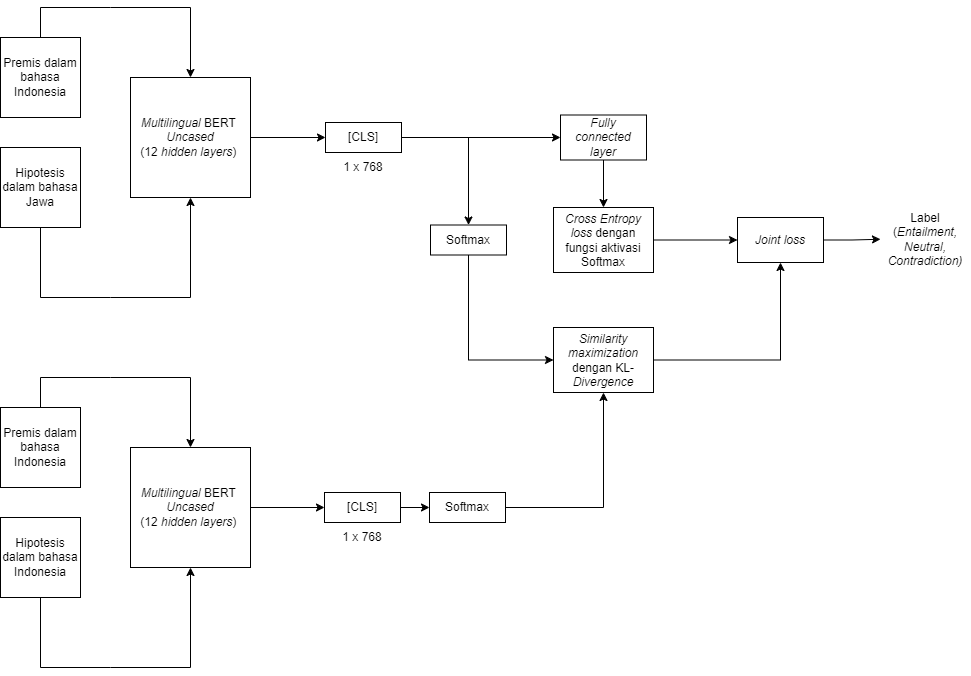
Earlier version of the draw.io export proposed method/Baseline Method BERT-KLD.png (Tesis-IF/Indo-Javanese-NLI). Source tidied: cells renumbered, new cells last; positions are measured from the earlier drawing's top-left corner, leaving out a move shared by most shapes. Source of this version:
```xml
<mxGraphModel>
  <root>
    <mxCell id="0" />
    <mxCell id="1" parent="0" />
    <mxCell id="2" value="Premis dalam bahasa Indonesia" style="whiteSpace=wrap;html=1;" parent="1" vertex="1">
      <mxGeometry y="30" width="80" height="80" as="geometry" />
    </mxCell>
    <mxCell id="3" value="Hipotesis dalam bahasa Jawa" style="whiteSpace=wrap;html=1;" parent="1" vertex="1">
      <mxGeometry y="140" width="80" height="80" as="geometry" />
    </mxCell>
    <mxCell id="4" value="&lt;i&gt;Multilingual&amp;nbsp;&lt;/i&gt;BERT&lt;i&gt;&amp;nbsp;&lt;br&gt;Uncased&lt;br&gt;&lt;/i&gt;(12 &lt;i&gt;hidden layers&lt;/i&gt;)&amp;nbsp;" style="whiteSpace=wrap;html=1;" parent="1" vertex="1">
      <mxGeometry x="130" y="70" width="120" height="120" as="geometry" />
    </mxCell>
    <mxCell id="5" style="endArrow=classic;html=1;rounded=0;exitX=0.5;exitY=0;exitDx=0;exitDy=0;entryX=0.5;entryY=0;entryDx=0;entryDy=0;" parent="1" edge="1" source="2" target="4">
      <mxGeometry relative="1" as="geometry">
        <Array as="points">
          <mxPoint x="40" />
          <mxPoint x="110" />
          <mxPoint x="190" />
        </Array>
      </mxGeometry>
    </mxCell>
    <mxCell id="6" style="endArrow=classic;html=1;rounded=0;exitX=0.5;exitY=1;exitDx=0;exitDy=0;entryX=0.5;entryY=1;entryDx=0;entryDy=0;" parent="1" edge="1" source="3" target="4">
      <mxGeometry relative="1" as="geometry">
        <Array as="points">
          <mxPoint x="40" y="290" />
          <mxPoint x="110" y="290" />
          <mxPoint x="190" y="290" />
        </Array>
      </mxGeometry>
    </mxCell>
    <mxCell id="7" style="edgeStyle=orthogonalEdgeStyle;rounded=0;jettySize=auto;html=1;entryX=0;entryY=0.5;entryDx=0;entryDy=0;" parent="1" edge="1" source="9" target="15">
      <mxGeometry relative="1" as="geometry" />
    </mxCell>
    <mxCell id="8" style="edgeStyle=orthogonalEdgeStyle;rounded=0;jettySize=auto;html=1;exitX=1;exitY=0.5;exitDx=0;exitDy=0;entryX=0.5;entryY=0;entryDx=0;entryDy=0;" parent="1" edge="1" source="9" target="13">
      <mxGeometry relative="1" as="geometry" />
    </mxCell>
    <mxCell id="9" value="[CLS]" style="rounded=0;whiteSpace=wrap;html=1;" parent="1" vertex="1">
      <mxGeometry x="325" y="115" width="76" height="30" as="geometry" />
    </mxCell>
    <mxCell id="10" style="endArrow=classic;html=1;rounded=0;exitX=1;exitY=0.5;exitDx=0;exitDy=0;entryX=0;entryY=0.5;entryDx=0;entryDy=0;" parent="1" edge="1" source="4" target="9">
      <mxGeometry relative="1" as="geometry" />
    </mxCell>
    <mxCell id="11" value="1 x 768" style="text;html=1;strokeColor=none;fillColor=none;align=center;verticalAlign=middle;whiteSpace=wrap;rounded=0;" parent="1" vertex="1">
      <mxGeometry x="333" y="145" width="60" height="30" as="geometry" />
    </mxCell>
    <mxCell id="12" style="edgeStyle=orthogonalEdgeStyle;rounded=0;jettySize=auto;html=1;exitX=0.5;exitY=1;exitDx=0;exitDy=0;entryX=0;entryY=0.5;entryDx=0;entryDy=0;" parent="1" edge="1" source="13" target="19">
      <mxGeometry relative="1" as="geometry" />
    </mxCell>
    <mxCell id="13" value="Softmax" style="rounded=0;whiteSpace=wrap;html=1;" parent="1" vertex="1">
      <mxGeometry x="430" y="217.5" width="76" height="30" as="geometry" />
    </mxCell>
    <mxCell id="14" style="edgeStyle=orthogonalEdgeStyle;rounded=0;jettySize=auto;html=1;exitX=0.5;exitY=1;exitDx=0;exitDy=0;" parent="1" edge="1" source="15" target="17">
      <mxGeometry relative="1" as="geometry" />
    </mxCell>
    <mxCell id="15" value="&lt;i&gt;Fully connected layer&lt;/i&gt;" style="rounded=0;whiteSpace=wrap;html=1;" parent="1" vertex="1">
      <mxGeometry x="560" y="107.5" width="86" height="45" as="geometry" />
    </mxCell>
    <mxCell id="16" style="edgeStyle=orthogonalEdgeStyle;rounded=0;jettySize=auto;html=1;exitX=1;exitY=0.5;exitDx=0;exitDy=0;entryX=0;entryY=0.5;entryDx=0;entryDy=0;" parent="1" edge="1" source="17" target="21">
      <mxGeometry relative="1" as="geometry" />
    </mxCell>
    <mxCell id="17" value="&lt;i&gt;Cross Entropy loss &lt;/i&gt;dengan fungsi aktivasi Softmax" style="rounded=0;whiteSpace=wrap;html=1;" parent="1" vertex="1">
      <mxGeometry x="553" y="200" width="100" height="65" as="geometry" />
    </mxCell>
    <mxCell id="18" style="edgeStyle=orthogonalEdgeStyle;rounded=0;jettySize=auto;html=1;exitX=1;exitY=0.5;exitDx=0;exitDy=0;entryX=0.5;entryY=1;entryDx=0;entryDy=0;" parent="1" edge="1" source="19" target="21">
      <mxGeometry relative="1" as="geometry" />
    </mxCell>
    <mxCell id="19" value="&lt;i&gt;Similarity maximization &lt;/i&gt;dengan KL-&lt;i&gt;Divergence&lt;/i&gt;" style="rounded=0;whiteSpace=wrap;html=1;" parent="1" vertex="1">
      <mxGeometry x="553" y="320" width="100" height="65" as="geometry" />
    </mxCell>
    <mxCell id="20" style="edgeStyle=orthogonalEdgeStyle;rounded=0;jettySize=auto;html=1;exitX=1;exitY=0.5;exitDx=0;exitDy=0;entryX=0;entryY=0.5;entryDx=0;entryDy=0;" parent="1" edge="1" source="21" target="31">
      <mxGeometry relative="1" as="geometry" />
    </mxCell>
    <mxCell id="21" value="&lt;i&gt;Joint loss&lt;/i&gt;" style="rounded=0;whiteSpace=wrap;html=1;" parent="1" vertex="1">
      <mxGeometry x="737" y="210" width="86" height="45" as="geometry" />
    </mxCell>
    <mxCell id="22" value="Premis dalam bahasa Indonesia" style="whiteSpace=wrap;html=1;" parent="1" vertex="1">
      <mxGeometry y="400" width="80" height="80" as="geometry" />
    </mxCell>
    <mxCell id="23" value="Hipotesis dalam bahasa Indonesia" style="whiteSpace=wrap;html=1;" parent="1" vertex="1">
      <mxGeometry y="510" width="80" height="80" as="geometry" />
    </mxCell>
    <mxCell id="24" value="&lt;i style=&quot;border-color: var(--border-color);&quot;&gt;Multilingual&amp;nbsp;&lt;/i&gt;BERT&lt;i style=&quot;border-color: var(--border-color);&quot;&gt;&amp;nbsp;&lt;br style=&quot;border-color: var(--border-color);&quot;&gt;Uncased&lt;br style=&quot;border-color: var(--border-color);&quot;&gt;&lt;/i&gt;(12&amp;nbsp;&lt;i style=&quot;border-color: var(--border-color);&quot;&gt;hidden layers&lt;/i&gt;)&amp;nbsp;" style="whiteSpace=wrap;html=1;" parent="1" vertex="1">
      <mxGeometry x="130" y="440" width="120" height="120" as="geometry" />
    </mxCell>
    <mxCell id="25" style="endArrow=classic;html=1;rounded=0;exitX=0.5;exitY=0;exitDx=0;exitDy=0;entryX=0.5;entryY=0;entryDx=0;entryDy=0;" parent="1" edge="1" source="22" target="24">
      <mxGeometry relative="1" as="geometry">
        <Array as="points">
          <mxPoint x="40" y="370" />
          <mxPoint x="110" y="370" />
          <mxPoint x="190" y="370" />
        </Array>
      </mxGeometry>
    </mxCell>
    <mxCell id="26" style="endArrow=classic;html=1;rounded=0;exitX=0.5;exitY=1;exitDx=0;exitDy=0;entryX=0.5;entryY=1;entryDx=0;entryDy=0;" parent="1" edge="1" source="23" target="24">
      <mxGeometry relative="1" as="geometry">
        <Array as="points">
          <mxPoint x="40" y="660" />
          <mxPoint x="110" y="660" />
          <mxPoint x="190" y="660" />
        </Array>
      </mxGeometry>
    </mxCell>
    <mxCell id="27" style="edgeStyle=orthogonalEdgeStyle;rounded=0;jettySize=auto;html=1;exitX=1;exitY=0.5;exitDx=0;exitDy=0;entryX=0;entryY=0.5;entryDx=0;entryDy=0;" parent="1" edge="1" source="28" target="33">
      <mxGeometry relative="1" as="geometry" />
    </mxCell>
    <mxCell id="28" value="[CLS]" style="rounded=0;whiteSpace=wrap;html=1;" parent="1" vertex="1">
      <mxGeometry x="324" y="485" width="76" height="30" as="geometry" />
    </mxCell>
    <mxCell id="29" style="endArrow=classic;html=1;rounded=0;exitX=1;exitY=0.5;exitDx=0;exitDy=0;entryX=0;entryY=0.5;entryDx=0;entryDy=0;" parent="1" edge="1" source="24" target="28">
      <mxGeometry relative="1" as="geometry" />
    </mxCell>
    <mxCell id="30" value="1 x 768" style="text;html=1;strokeColor=none;fillColor=none;align=center;verticalAlign=middle;whiteSpace=wrap;rounded=0;" parent="1" vertex="1">
      <mxGeometry x="332" y="515" width="60" height="30" as="geometry" />
    </mxCell>
    <mxCell id="31" value="Label (&lt;i&gt;Entailment, Neutral, Contradiction)&lt;/i&gt;" style="text;html=1;strokeColor=none;fillColor=none;align=center;verticalAlign=middle;whiteSpace=wrap;rounded=0;" parent="1" vertex="1">
      <mxGeometry x="880" y="198" width="90" height="67.5" as="geometry" />
    </mxCell>
    <mxCell id="32" style="edgeStyle=orthogonalEdgeStyle;rounded=0;jettySize=auto;html=1;exitX=1;exitY=0.5;exitDx=0;exitDy=0;entryX=0.5;entryY=1;entryDx=0;entryDy=0;" parent="1" edge="1" source="33" target="19">
      <mxGeometry relative="1" as="geometry" />
    </mxCell>
    <mxCell id="33" value="Softmax" style="rounded=0;whiteSpace=wrap;html=1;" parent="1" vertex="1">
      <mxGeometry x="429" y="485" width="76" height="30" as="geometry" />
    </mxCell>
  </root>
</mxGraphModel>
```
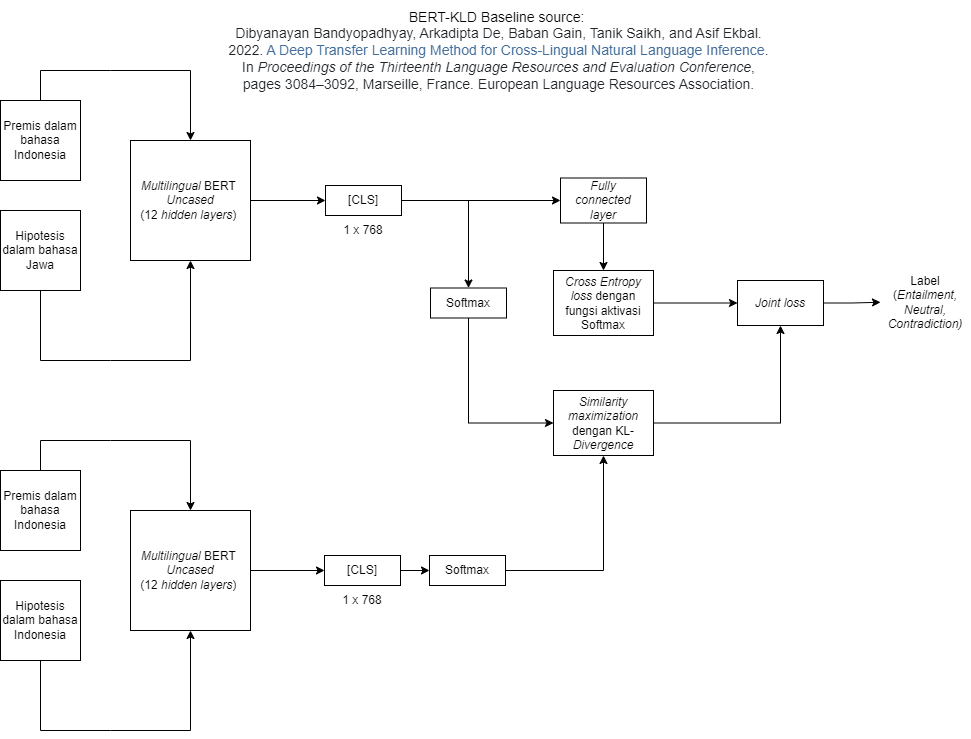
Above is the later version.

Commit message:
Update source of baseline BERT-KLD method

Diff of the diagram source:
```diff
@@ -122,5 +122,8 @@
     <mxCell id="33" value="Softmax" style="rounded=0;whiteSpace=wrap;html=1;" parent="1" vertex="1">
       <mxGeometry x="429" y="485" width="76" height="30" as="geometry" />
     </mxCell>
+    <mxCell id="34" value="&lt;font style=&quot;font-size: 14px;&quot;&gt;BERT-KLD Baseline source:&amp;nbsp;&lt;br&gt;&lt;span style=&quot;background-color: rgb(255, 255, 255); color: rgb(33, 37, 41); text-align: left;&quot;&gt;Dibyanayan Bandyopadhyay, Arkadipta De, Baban Gain, Tanik Saikh, and Asif Ekbal. 2022.&amp;nbsp;&lt;/span&gt;&lt;a style=&quot;background-color: transparent; text-align: left; box-sizing: border-box; color: rgb(68, 110, 155); text-decoration-line: none;&quot; href=&quot;https://aclanthology.org/2022.lrec-1.330&quot;&gt;A Deep Transfer Learning Method for Cross-Lingual Natural Language Inference&lt;/a&gt;&lt;span style=&quot;background-color: rgb(255, 255, 255); color: rgb(33, 37, 41); text-align: left;&quot;&gt;. In&amp;nbsp;&lt;/span&gt;&lt;i style=&quot;background-color: rgb(255, 255, 255); color: rgb(33, 37, 41); text-align: left; box-sizing: border-box;&quot;&gt;Proceedings of the Thirteenth Language Resources and Evaluation Conference&lt;/i&gt;&lt;span style=&quot;background-color: rgb(255, 255, 255); color: rgb(33, 37, 41); text-align: left;&quot;&gt;, pages 3084–3092, Marseille, France. European Language Resources Association.&lt;/span&gt;&lt;/font&gt;" style="text;html=1;strokeColor=none;fillColor=none;align=center;verticalAlign=middle;whiteSpace=wrap;rounded=0;" parent="1" vertex="1">
+      <mxGeometry x="227" y="-70" width="543" height="100" as="geometry" />
+    </mxCell>
   </root>
 </mxGraphModel>
```
